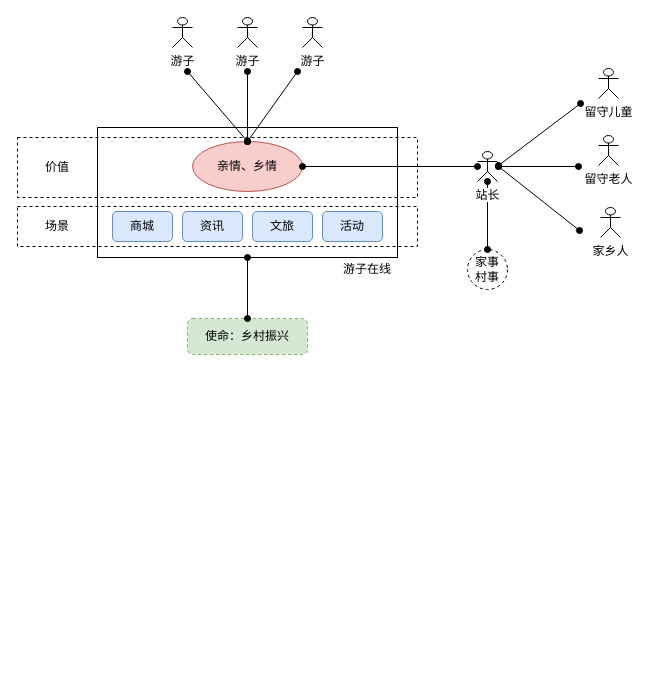
Earlier version of the draw.io diagram yzzx-sc.drawio (trey03/draw). Source tidied: cells renumbered, new cells numbered last; positions are measured from the earlier drawing's top-left corner, leaving out a move shared by most shapes. Both pictures are drawn from the tidied source at 100%, with x=0, y=0 at pixel (17, 17).
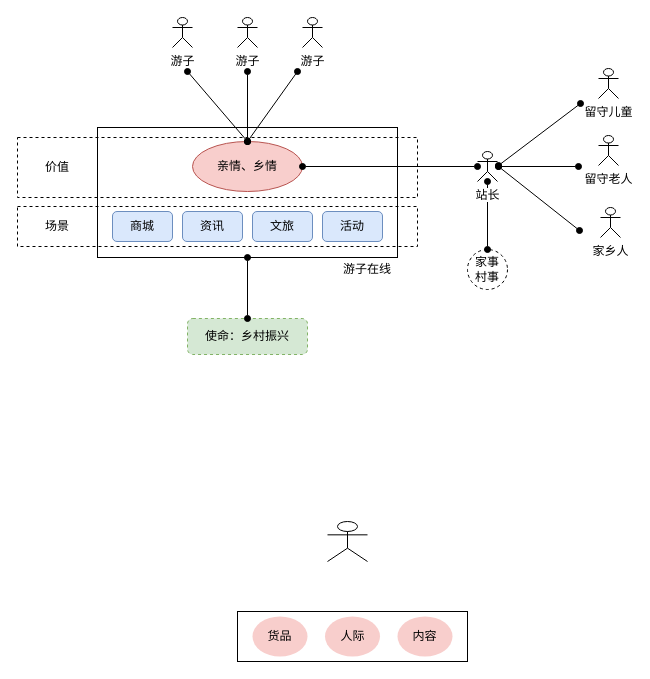
After the change.

The edit, as a diff of the source:
```diff
@@
+    <mxCell id="31" style="shape=umlActor;verticalLabelPosition=bottom;labelBackgroundColor=#ffffff;verticalAlign=top;html=1;" parent="1" vertex="1">
+      <mxGeometry x="310" y="504" width="40" height="40" as="geometry" />
+    </mxCell>
+    <mxCell id="32" style="html=1;" parent="1" vertex="1">
+      <mxGeometry x="220" y="594" width="230" height="50" as="geometry" />
+    </mxCell>
+    <mxCell id="33" value="货品" style="ellipse;whiteSpace=wrap;html=1;fillColor=#f8cecc;strokeColor=none;fontColor=#000000;" parent="1" vertex="1">
+      <mxGeometry x="235" y="599" width="55" height="40" as="geometry" />
+    </mxCell>
+    <mxCell id="34" value="人际" style="ellipse;whiteSpace=wrap;html=1;fillColor=#f8cecc;strokeColor=none;fontColor=#000000;" parent="1" vertex="1">
+      <mxGeometry x="307.5" y="599" width="55" height="40" as="geometry" />
+    </mxCell>
+    <mxCell id="35" value="内容" style="ellipse;whiteSpace=wrap;html=1;fillColor=#f8cecc;strokeColor=none;fontColor=#000000;" parent="1" vertex="1">
+      <mxGeometry x="380" y="599" width="55" height="40" as="geometry" />
+    </mxCell>
```
